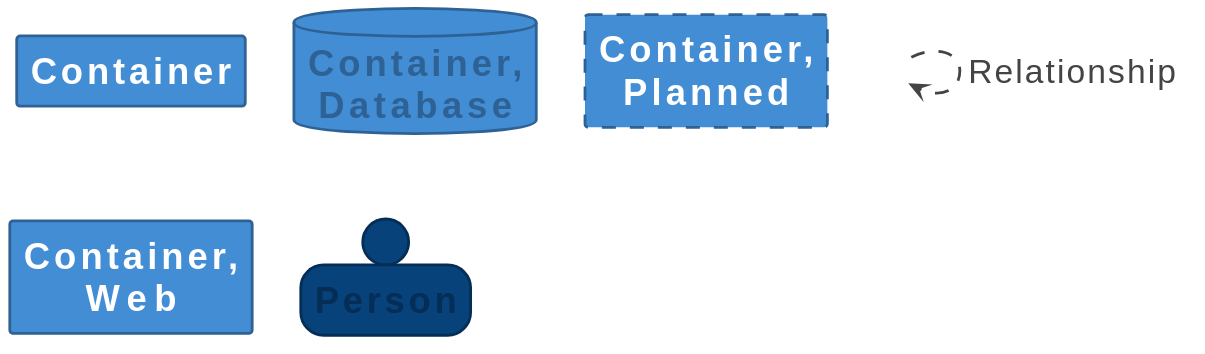
Before: documentation/c4/images/structurizr-CancelEvent-key.svg, a diagram exported from PlantUML (raphaelkwek/event-planning-and-venue-booking-system).
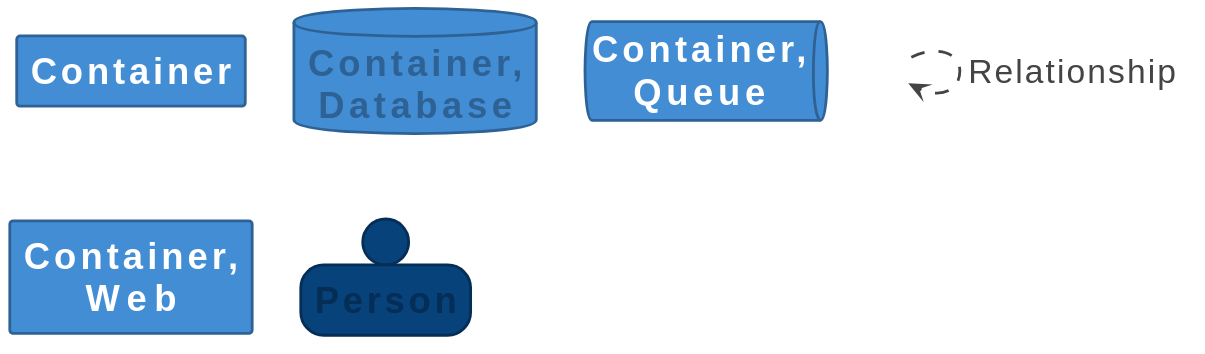
After the commit.

What changed in the source:
```diff
@@ -31,11 +31,11 @@
     Shadowing: 0;
     MaximumWidth: 200;
   }
-  // Element,Container,Planned
-  .Element-RWxlbWVudCxDb250YWluZXIsUGxhbm5lZA== {
+  // Element,Container,Queue
+  .Element-RWxlbWVudCxDb250YWluZXIsUXVldWU= {
     BackgroundColor: #438dd5;
     LineColor: #2e6295;
-    LineStyle: 10-10;
+    LineStyle: 0;
     LineThickness: 2;
     FontColor: #ffffff;
     FontSize: 24;
@@ -99,7 +99,7 @@
 
 database "==Container, Database" <<Element-RWxlbWVudCxDb250YWluZXIsRGF0YWJhc2U=>>
 
-rectangle "==Container, Planned" <<Element-RWxlbWVudCxDb250YWluZXIsUGxhbm5lZA==>>
+queue "==Container, Queue" <<Element-RWxlbWVudCxDb250YWluZXIsUXVldWU=>>
 
 rectangle "==Container, Web" <<Element-RWxlbWVudCxDb250YWluZXIsV2Vi>>
 
```
